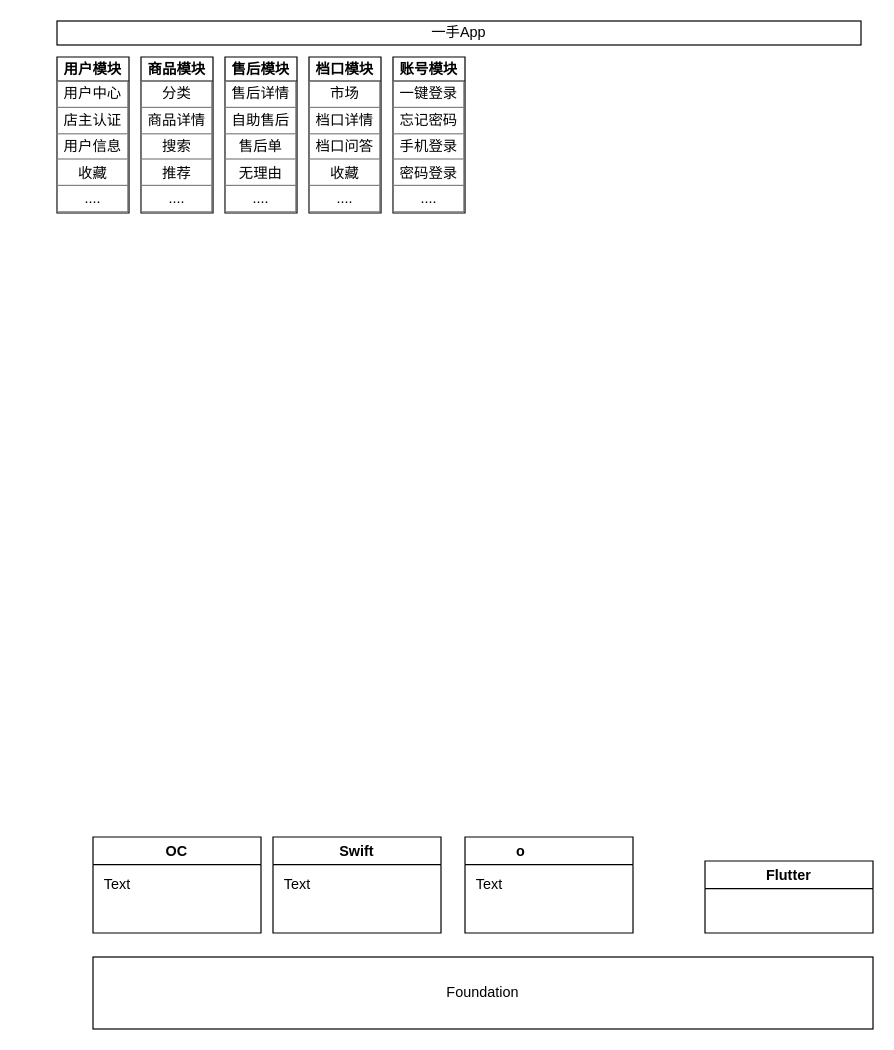
The draw.io diagram 商城架构图.drawio in no33jou/yaoyeBlog, before the edit. Source tidied: cells renumbered, new cells numbered last; positions are measured from the earlier drawing's top-left corner, leaving out a move shared by most shapes. Both pictures are drawn from the tidied source at 120%, with x=0, y=0 at pixel (56, 20).
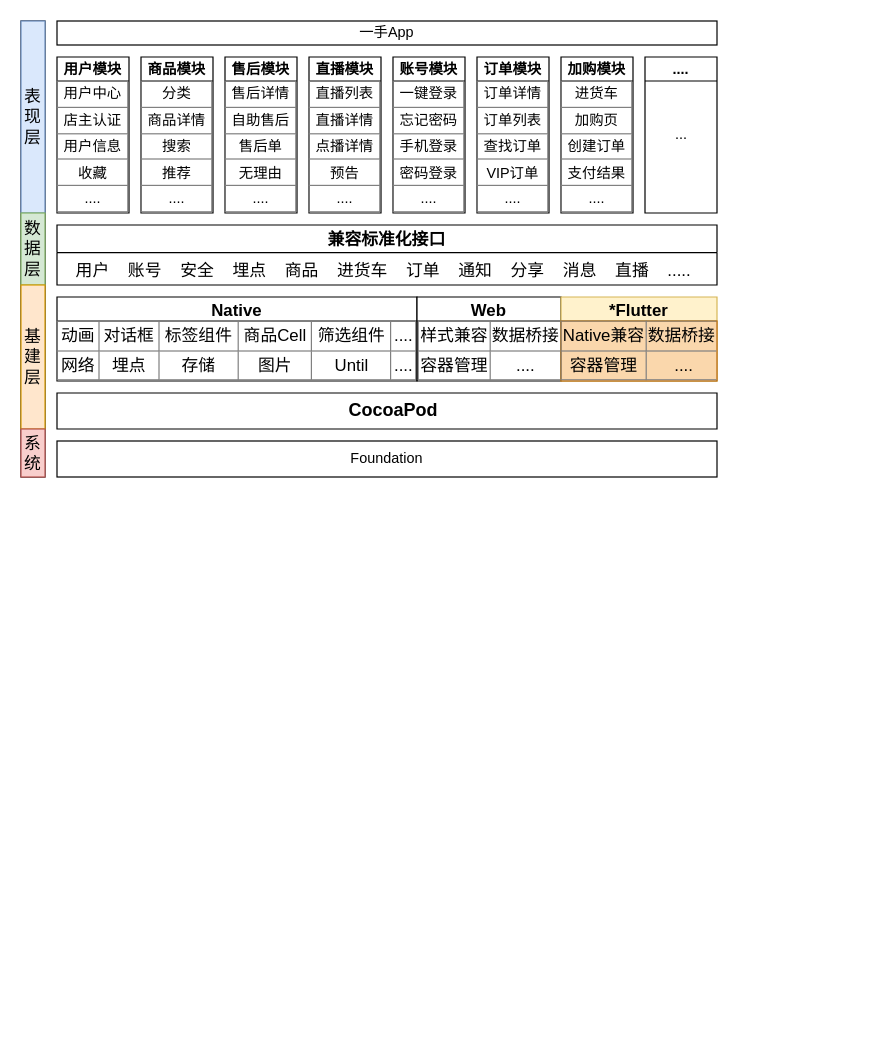
Above is the later version.

Commit message:
更新商城架构图.drawio

The edit, as a diff of the source:
```diff
@@
     <mxCell id="2" value="Foundation" style="rounded=0;whiteSpace=wrap;html=1;" parent="1" vertex="1">
-      <mxGeometry x="30" y="780" width="650" height="60" as="geometry" />
+      <mxGeometry y="350" width="550" height="30" as="geometry" />
     </mxCell>
-    <mxCell id="3" value="OC" style="swimlane;startSize=23;" parent="1" vertex="1">
-      <mxGeometry x="30" y="680" width="140" height="80" as="geometry" />
-    </mxCell>
-    <mxCell id="4" value="Text" style="text;html=1;align=center;verticalAlign=middle;" parent="3" vertex="1">
-      <mxGeometry y="30" width="40" height="20" as="geometry" />
-    </mxCell>
-    <mxCell id="5" value="Swift" style="swimlane;startSize=23;" parent="1" vertex="1">
-      <mxGeometry x="180" y="680" width="140" height="80" as="geometry" />
-    </mxCell>
-    <mxCell id="6" value="Text" style="text;html=1;align=center;verticalAlign=middle;" parent="5" vertex="1">
-      <mxGeometry y="30" width="40" height="20" as="geometry" />
-    </mxCell>
-    <mxCell id="7" value="Flutter" style="swimlane;startSize=23;" parent="1" vertex="1">
-      <mxGeometry x="540" y="700" width="140" height="60" as="geometry" />
-    </mxCell>
-    <mxCell id="8" value="o              " style="swimlane;startSize=23;" parent="1" vertex="1">
-      <mxGeometry x="340" y="680" width="140" height="80" as="geometry" />
-    </mxCell>
-    <mxCell id="9" value="Text" style="text;html=1;align=center;verticalAlign=middle;" parent="8" vertex="1">
-      <mxGeometry y="30" width="40" height="20" as="geometry" />
-    </mxCell>
-    <mxCell id="10" value="一手App" style="rounded=0;whiteSpace=wrap;html=1;" parent="1" vertex="1">
-      <mxGeometry width="670" height="20" as="geometry" />
+    <mxCell id="10" value="一手App" style="rounded=0;whiteSpace=wrap;html=1;fillColor=none;" parent="1" vertex="1">
+      <mxGeometry width="550" height="20" as="geometry" />
     </mxCell>
@@
-    <mxCell id="17" value="档口模块" style="swimlane;startSize=20;" parent="1" vertex="1">
+    <mxCell id="17" value="直播模块" style="swimlane;startSize=20;" parent="1" vertex="1">
       <mxGeometry x="210" y="30" width="60" height="130" as="geometry" />
     </mxCell>
-    <mxCell id="18" value="&lt;table border=&quot;1&quot; width=&quot;100%&quot; style=&quot;width: 100% ; height: 100% ; border-collapse: collapse&quot;&gt;&lt;tbody&gt;&lt;tr&gt;&lt;td&gt;市场&lt;/td&gt;&lt;/tr&gt;&lt;tr&gt;&lt;td&gt;档口详情&lt;/td&gt;&lt;/tr&gt;&lt;tr&gt;&lt;td&gt;档口问答&lt;/td&gt;&lt;/tr&gt;&lt;tr&gt;&lt;td&gt;收藏&lt;/td&gt;&lt;/tr&gt;&lt;tr&gt;&lt;td&gt;....&lt;/td&gt;&lt;/tr&gt;&lt;/tbody&gt;&lt;/table&gt;" style="text;html=1;strokeColor=none;fillColor=none;overflow=fill;align=center;" parent="17" vertex="1">
+    <mxCell id="18" value="&lt;table border=&quot;1&quot; width=&quot;100%&quot; style=&quot;width: 100% ; height: 100% ; border-collapse: collapse&quot;&gt;&lt;tbody&gt;&lt;tr&gt;&lt;td&gt;直播列表&lt;/td&gt;&lt;/tr&gt;&lt;tr&gt;&lt;td&gt;直播详情&lt;/td&gt;&lt;/tr&gt;&lt;tr&gt;&lt;td&gt;点播详情&lt;/td&gt;&lt;/tr&gt;&lt;tr&gt;&lt;td&gt;预告&lt;/td&gt;&lt;/tr&gt;&lt;tr&gt;&lt;td&gt;....&lt;/td&gt;&lt;/tr&gt;&lt;/tbody&gt;&lt;/table&gt;" style="text;html=1;strokeColor=none;fillColor=none;overflow=fill;align=center;" parent="17" vertex="1">
       <mxGeometry y="20" width="60" height="110" as="geometry" />
     </mxCell>
@@
+    <mxCell id="21" value="...." style="swimlane;startSize=20;" parent="1" vertex="1">
+      <mxGeometry x="490" y="30" width="60" height="130" as="geometry" />
+    </mxCell>
+    <mxCell id="22" value="..." style="text;html=1;align=center;verticalAlign=middle;" parent="21" vertex="1">
+      <mxGeometry x="15" y="55" width="30" height="20" as="geometry" />
+    </mxCell>
+    <mxCell id="23" value="订单模块" style="swimlane;startSize=20;" parent="1" vertex="1">
+      <mxGeometry x="350" y="30" width="60" height="130" as="geometry" />
+    </mxCell>
+    <mxCell id="24" value="&lt;table border=&quot;1&quot; width=&quot;100%&quot; style=&quot;width: 100% ; height: 100% ; border-collapse: collapse&quot;&gt;&lt;tbody&gt;&lt;tr&gt;&lt;td&gt;订单详情&lt;/td&gt;&lt;/tr&gt;&lt;tr&gt;&lt;td&gt;订单列表&lt;/td&gt;&lt;/tr&gt;&lt;tr&gt;&lt;td&gt;查找订单&lt;/td&gt;&lt;/tr&gt;&lt;tr&gt;&lt;td&gt;VIP订单&lt;/td&gt;&lt;/tr&gt;&lt;tr&gt;&lt;td&gt;....&lt;/td&gt;&lt;/tr&gt;&lt;/tbody&gt;&lt;/table&gt;" style="text;html=1;strokeColor=none;fillColor=none;overflow=fill;align=center;" parent="23" vertex="1">
+      <mxGeometry y="20" width="60" height="110" as="geometry" />
+    </mxCell>
+    <mxCell id="25" value="加购模块" style="swimlane;startSize=20;" parent="1" vertex="1">
+      <mxGeometry x="420" y="30" width="60" height="130" as="geometry" />
+    </mxCell>
+    <mxCell id="26" value="&lt;table border=&quot;1&quot; width=&quot;100%&quot; style=&quot;width: 100% ; height: 100% ; border-collapse: collapse&quot;&gt;&lt;tbody&gt;&lt;tr&gt;&lt;td&gt;进货车&lt;/td&gt;&lt;/tr&gt;&lt;tr&gt;&lt;td&gt;加购页&lt;/td&gt;&lt;/tr&gt;&lt;tr&gt;&lt;td&gt;创建订单&lt;/td&gt;&lt;/tr&gt;&lt;tr&gt;&lt;td&gt;支付结果&lt;/td&gt;&lt;/tr&gt;&lt;tr&gt;&lt;td&gt;....&lt;/td&gt;&lt;/tr&gt;&lt;/tbody&gt;&lt;/table&gt;" style="text;html=1;strokeColor=none;fillColor=none;overflow=fill;align=center;" parent="25" vertex="1">
+      <mxGeometry y="20" width="60" height="110" as="geometry" />
+    </mxCell>
+    <mxCell id="27" value="兼容标准化接口" style="swimlane;fontSize=14;" parent="1" vertex="1">
+      <mxGeometry y="170" width="550" height="50" as="geometry" />
+    </mxCell>
+    <mxCell id="28" value="用户    账号    安全    埋点    商品    进货车    订单    通知    分享    消息    直播    ....." style="text;strokeColor=none;fillColor=none;align=left;verticalAlign=top;spacingLeft=4;spacingRight=4;overflow=hidden;fontSize=14;" parent="27" vertex="1">
+      <mxGeometry x="10" y="23" width="530" height="27" as="geometry" />
+    </mxCell>
+    <mxCell id="29" value="Native" style="swimlane;fontSize=14;startSize=20;" parent="1" vertex="1">
+      <mxGeometry y="230" width="300" height="70" as="geometry" />
+    </mxCell>
+    <mxCell id="30" value="&lt;table border=&quot;1&quot; width=&quot;100%&quot; style=&quot;width: 100% ; height: 100% ; border-collapse: collapse&quot;&gt;&lt;tbody&gt;&lt;tr&gt;&lt;td&gt;动画&lt;/td&gt;&lt;td&gt;对话框&lt;/td&gt;&lt;td&gt;标签组件&lt;/td&gt;&lt;td&gt;商品Cell&lt;/td&gt;&lt;td&gt;筛选组件&lt;/td&gt;&lt;td&gt;....&lt;/td&gt;&lt;/tr&gt;&lt;tr&gt;&lt;td&gt;网络&lt;/td&gt;&lt;td&gt;埋点&lt;/td&gt;&lt;td&gt;存储&lt;/td&gt;&lt;td&gt;图片&lt;/td&gt;&lt;td&gt;Until&lt;/td&gt;&lt;td&gt;....&lt;/td&gt;&lt;/tr&gt;&lt;/tbody&gt;&lt;/table&gt;" style="text;html=1;strokeColor=none;fillColor=none;overflow=fill;fontSize=14;align=center;" parent="29" vertex="1">
+      <mxGeometry y="20" width="300" height="50" as="geometry" />
+    </mxCell>
+    <mxCell id="31" value="Web" style="swimlane;fontSize=14;startSize=20;" parent="1" vertex="1">
+      <mxGeometry x="300" y="230" width="120" height="70" as="geometry" />
+    </mxCell>
+    <mxCell id="32" value="&lt;table border=&quot;1&quot; width=&quot;100%&quot; style=&quot;width: 100% ; height: 100% ; border-collapse: collapse&quot;&gt;&lt;tbody&gt;&lt;tr&gt;&lt;td&gt;样式兼容&lt;/td&gt;&lt;td&gt;数据桥接&lt;br&gt;&lt;/td&gt;&lt;/tr&gt;&lt;tr&gt;&lt;td&gt;&lt;span&gt;容器管理&lt;/span&gt;&lt;br&gt;&lt;/td&gt;&lt;td&gt;....&lt;/td&gt;&lt;/tr&gt;&lt;/tbody&gt;&lt;/table&gt;" style="text;html=1;strokeColor=none;fillColor=none;overflow=fill;fontSize=14;align=center;" parent="31" vertex="1">
+      <mxGeometry x="0.5" y="20" width="119.5" height="50" as="geometry" />
+    </mxCell>
+    <mxCell id="33" value="*Flutter" style="swimlane;fontSize=14;fillColor=#fff2cc;strokeColor=#d6b656;startSize=20;" parent="1" vertex="1">
+      <mxGeometry x="420" y="230" width="130" height="70" as="geometry" />
+    </mxCell>
+    <mxCell id="34" value="&lt;table border=&quot;1&quot; width=&quot;100%&quot; style=&quot;width: 100% ; height: 100% ; border-collapse: collapse&quot;&gt;&lt;tbody&gt;&lt;tr&gt;&lt;td align=&quot;center&quot;&gt;Native兼容&lt;/td&gt;&lt;td align=&quot;center&quot;&gt;数据桥接&amp;nbsp;&lt;/td&gt;&lt;/tr&gt;&lt;tr&gt;&lt;td align=&quot;center&quot;&gt;容器管理&lt;/td&gt;&lt;td align=&quot;center&quot;&gt;....&lt;/td&gt;&lt;/tr&gt;&lt;/tbody&gt;&lt;/table&gt;" style="text;html=1;strokeColor=#b46504;fillColor=#fad7ac;overflow=fill;fontSize=14;" parent="33" vertex="1">
+      <mxGeometry y="20" width="130" height="50" as="geometry" />
+    </mxCell>
+    <mxCell id="35" style="verticalLabelPosition=bottom;verticalAlign=top;html=1;shape=mxgraph.basic.rect;fillColor2=none;strokeWidth=1;size=20;indent=5;fontSize=14;" parent="1" vertex="1">
+      <mxGeometry y="310" width="550" height="30" as="geometry" />
+    </mxCell>
+    <mxCell id="36" value="&lt;font style=&quot;font-size: 15px&quot;&gt;CocoaPod&lt;/font&gt;" style="text;strokeColor=none;fillColor=none;html=1;fontSize=24;fontStyle=1;verticalAlign=middle;align=center;" parent="1" vertex="1">
+      <mxGeometry x="230" y="307" width="100" height="30" as="geometry" />
+    </mxCell>
+    <mxCell id="37" style="rounded=0;whiteSpace=wrap;html=1;fontSize=14;" parent="1" vertex="1">
+      <mxGeometry x="-30" width="20" height="380" as="geometry" />
+    </mxCell>
+    <mxCell id="38" value="表现层" style="text;html=1;strokeColor=#6c8ebf;fillColor=#dae8fc;align=center;verticalAlign=middle;whiteSpace=wrap;rounded=0;fontSize=14;" parent="1" vertex="1">
+      <mxGeometry x="-30" width="20" height="160" as="geometry" />
+    </mxCell>
+    <mxCell id="39" value="数据层" style="text;html=1;strokeColor=#82b366;fillColor=#d5e8d4;align=center;verticalAlign=middle;whiteSpace=wrap;rounded=0;fontSize=14;" parent="1" vertex="1">
+      <mxGeometry x="-30" y="160" width="20" height="60" as="geometry" />
+    </mxCell>
+    <mxCell id="40" value="基建层" style="text;html=1;strokeColor=#d79b00;fillColor=#ffe6cc;align=center;verticalAlign=middle;whiteSpace=wrap;rounded=0;fontSize=14;" parent="1" vertex="1">
+      <mxGeometry x="-30" y="220" width="20" height="120" as="geometry" />
+    </mxCell>
+    <mxCell id="41" value="系统" style="text;html=1;strokeColor=#b85450;fillColor=#f8cecc;align=center;verticalAlign=middle;whiteSpace=wrap;rounded=0;fontSize=14;" parent="1" vertex="1">
+      <mxGeometry x="-30" y="340" width="20" height="40" as="geometry" />
+    </mxCell>
```
